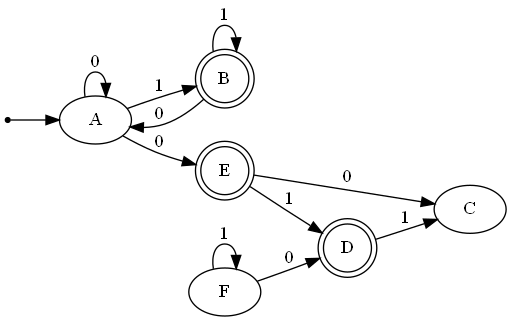
This is View/Digraph.gv.png from ShiomeDiaz/Automatas, a Graphviz export, as it was before one commit. Its source is kept beside it as View/Digraph.gv.
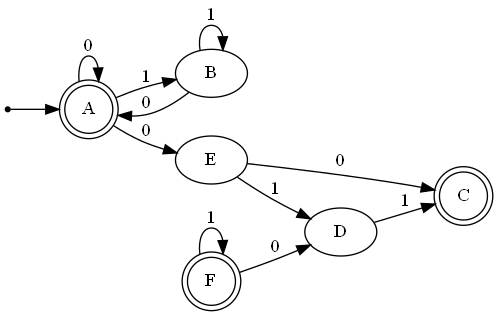
Later version of the same file.

The edit, as a diff of the source:
```diff
@@ -1,13 +1,13 @@
 digraph {
 	graph [rankdir=LR]
 	ini [shape=point]
-	A
+	A [shape=doublecircle]
 	ini -> A
-	B [shape=doublecircle]
-	C
-	D [shape=doublecircle]
-	E [shape=doublecircle]
-	F
+	B
+	C [shape=doublecircle]
+	D
+	E
+	F [shape=doublecircle]
 	A -> B [label=1]
 	A -> A [label=0]
 	A -> E [label=0]
```
